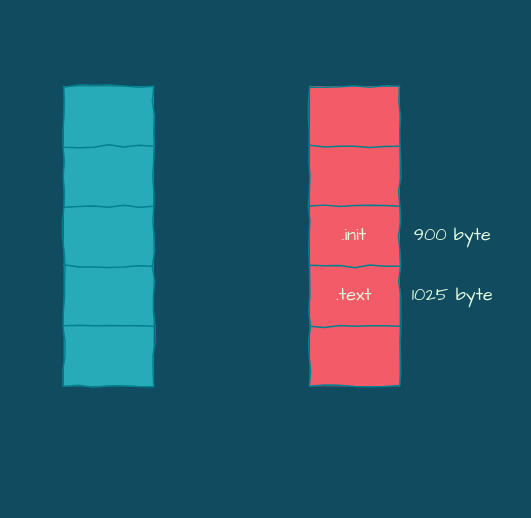
Above: got/segment.drawio in silan-liu/drawio (draw.io), before the change. Source tidied: cells renumbered, new cells numbered last; positions are measured from the earlier drawing's top-left corner, leaving out a move shared by most shapes. Both pictures are drawn from the tidied source at 150%, with x=0, y=0 at pixel (63, 86).
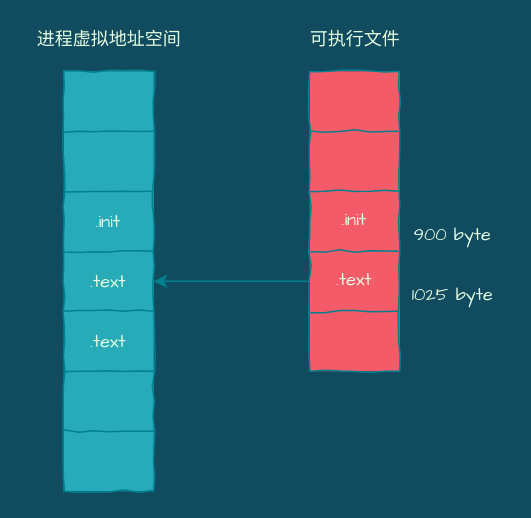
The same page after the edit.

Unchanged cells that the change refers to:
```xml
<mxCell id="9" style="shape=partialRectangle;html=1;whiteSpace=wrap;fillColor=none;top=0;left=0;bottom=0;right=0;points=[[0,0.5],[1,0.5]];portConstraint=eastwest;strokeColor=#028090;fontColor=#E4FDE1;" parent="2" vertex="1">
  <mxGeometry y="120" width="60" height="40" as="geometry" />
</mxCell>
```

Change to the diagram source:
```diff
@@
     <mxCell id="2" style="shape=table;html=1;whiteSpace=wrap;startSize=0;childLayout=tableLayout;fillColor=#F45B69;strokeColor=#028090;fontColor=#E4FDE1;comic=1;" parent="1" vertex="1">
-      <mxGeometry x="164" width="60" height="200" as="geometry" />
+      <mxGeometry x="164" y="-10" width="60" height="200" as="geometry" />
     </mxCell>
@@
-    <mxCell id="13" style="shape=table;html=1;whiteSpace=wrap;startSize=0;childLayout=tableLayout;strokeColor=#028090;fontColor=#E4FDE1;comic=1;fillColor=#28ABB9;" parent="1" vertex="1">
-      <mxGeometry width="60" height="200" as="geometry" />
+    <mxCell id="13" style="shape=table;html=1;whiteSpace=wrap;startSize=0;childLayout=tableLayout;strokeColor=#028090;fontColor=#E4FDE1;comic=1;fillColor=#28ABB9;fontFamily=Architects Daughter;" parent="1" vertex="1">
+      <mxGeometry y="-10" width="60" height="280" as="geometry" />
     </mxCell>
-    <mxCell id="14" style="shape=partialRectangle;html=1;whiteSpace=wrap;fillColor=none;top=0;left=0;bottom=0;right=0;strokeColor=#028090;fontColor=#E4FDE1;" parent="13" vertex="1">
-      <mxGeometry width="60" height="40" as="geometry" />
-    </mxCell>
-    <mxCell id="15" style="shape=partialRectangle;html=1;whiteSpace=wrap;overflow=hidden;fillColor=none;top=0;left=0;bottom=0;right=0;strokeColor=#028090;fontColor=#E4FDE1;" parent="14" vertex="1">
-      <mxGeometry width="60" height="40" as="geometry" />
-    </mxCell>
     <mxCell id="16" style="shape=partialRectangle;html=1;whiteSpace=wrap;fillColor=none;top=0;left=0;bottom=0;right=0;strokeColor=#028090;fontColor=#E4FDE1;" parent="13" vertex="1">
-      <mxGeometry y="40" width="60" height="40" as="geometry" />
+      <mxGeometry width="60" height="40" as="geometry" />
     </mxCell>
@@
     <mxCell id="18" style="shape=partialRectangle;html=1;whiteSpace=wrap;fillColor=none;top=0;left=0;bottom=0;right=0;strokeColor=#028090;fontColor=#E4FDE1;" parent="13" vertex="1">
-      <mxGeometry y="80" width="60" height="40" as="geometry" />
+      <mxGeometry y="40" width="60" height="40" as="geometry" />
     </mxCell>
@@
     <mxCell id="20" style="shape=partialRectangle;html=1;whiteSpace=wrap;fillColor=none;top=0;left=0;bottom=0;right=0;strokeColor=#028090;fontColor=#E4FDE1;" parent="13" vertex="1">
-      <mxGeometry y="120" width="60" height="40" as="geometry" />
+      <mxGeometry y="80" width="60" height="40" as="geometry" />
     </mxCell>
-    <mxCell id="21" style="shape=partialRectangle;html=1;whiteSpace=wrap;overflow=hidden;fillColor=none;top=0;left=0;bottom=0;right=0;strokeColor=#028090;fontColor=#E4FDE1;" parent="20" vertex="1">
+    <mxCell id="21" value="&lt;font face=&quot;Architects Daughter&quot;&gt;.init&lt;/font&gt;" style="shape=partialRectangle;html=1;whiteSpace=wrap;overflow=hidden;fillColor=none;top=0;left=0;bottom=0;right=0;strokeColor=#028090;fontColor=#E4FDE1;" parent="20" vertex="1">
       <mxGeometry width="60" height="40" as="geometry" />
     </mxCell>
-    <mxCell id="22" style="shape=partialRectangle;html=1;whiteSpace=wrap;fillColor=none;top=0;left=0;bottom=0;right=0;points=[[0,0.5],[1,0.5]];portConstraint=eastwest;strokeColor=#028090;fontColor=#E4FDE1;" parent="13" vertex="1">
-      <mxGeometry y="160" width="60" height="40" as="geometry" />
+    <mxCell id="22" style="shape=partialRectangle;html=1;whiteSpace=wrap;fillColor=none;top=0;left=0;bottom=0;right=0;points=[[0,0.5],[1,0.5]];portConstraint=eastwest;strokeColor=#028090;fontColor=#E4FDE1;fontFamily=Architects Daughter;" parent="13" vertex="1">
+      <mxGeometry y="120" width="60" height="40" as="geometry" />
     </mxCell>
-    <mxCell id="23" style="shape=partialRectangle;html=1;whiteSpace=wrap;overflow=hidden;fillColor=none;top=0;left=0;bottom=0;right=0;strokeColor=#028090;fontColor=#E4FDE1;" parent="22" vertex="1">
+    <mxCell id="23" value="&lt;font face=&quot;Architects Daughter&quot;&gt;.text&lt;/font&gt;" style="shape=partialRectangle;html=1;whiteSpace=wrap;overflow=hidden;fillColor=none;top=0;left=0;bottom=0;right=0;strokeColor=#028090;fontColor=#E4FDE1;" parent="22" vertex="1">
       <mxGeometry width="60" height="40" as="geometry" />
     </mxCell>
+    <mxCell id="14" style="shape=partialRectangle;html=1;whiteSpace=wrap;fillColor=none;top=0;left=0;bottom=0;right=0;strokeColor=#028090;fontColor=#E4FDE1;" parent="13" vertex="1">
+      <mxGeometry y="160" width="60" height="40" as="geometry" />
+    </mxCell>
+    <mxCell id="15" value="&lt;font face=&quot;Architects Daughter&quot;&gt;.text&lt;/font&gt;" style="shape=partialRectangle;html=1;whiteSpace=wrap;overflow=hidden;fillColor=none;top=0;left=0;bottom=0;right=0;strokeColor=#028090;fontColor=#E4FDE1;" parent="14" vertex="1">
+      <mxGeometry width="60" height="40" as="geometry" />
+    </mxCell>
+    <mxCell id="26" style="shape=partialRectangle;html=1;whiteSpace=wrap;fillColor=none;top=0;left=0;bottom=0;right=0;strokeColor=#028090;fontColor=#E4FDE1;" parent="13" vertex="1">
+      <mxGeometry y="200" width="60" height="40" as="geometry" />
+    </mxCell>
+    <mxCell id="27" style="shape=partialRectangle;html=1;whiteSpace=wrap;overflow=hidden;fillColor=none;top=0;left=0;bottom=0;right=0;strokeColor=#028090;fontColor=#E4FDE1;" parent="26" vertex="1">
+      <mxGeometry width="60" height="40" as="geometry" />
+    </mxCell>
+    <mxCell id="28" style="shape=partialRectangle;html=1;whiteSpace=wrap;fillColor=none;top=0;left=0;bottom=0;right=0;strokeColor=#028090;fontColor=#E4FDE1;" parent="13" vertex="1">
+      <mxGeometry y="240" width="60" height="40" as="geometry" />
+    </mxCell>
+    <mxCell id="29" style="shape=partialRectangle;html=1;whiteSpace=wrap;overflow=hidden;fillColor=none;top=0;left=0;bottom=0;right=0;strokeColor=#028090;fontColor=#E4FDE1;" parent="28" vertex="1">
+      <mxGeometry width="60" height="40" as="geometry" />
+    </mxCell>
@@
+    <mxCell id="30" value="进程虚拟地址空间" style="text;html=1;align=center;verticalAlign=middle;fontFamily=Architects Daughter;fontColor=#E4FDE1;" parent="1" vertex="1">
+      <mxGeometry x="-25" y="-40" width="110" height="20" as="geometry" />
+    </mxCell>
+    <mxCell id="31" value="可执行文件" style="text;html=1;align=center;verticalAlign=middle;fontFamily=Architects Daughter;fontColor=#E4FDE1;" parent="1" vertex="1">
+      <mxGeometry x="154" y="-40" width="80" height="20" as="geometry" />
+    </mxCell>
+    <mxCell id="32" style="edgeStyle=orthogonalEdgeStyle;curved=0;rounded=1;sketch=0;jettySize=auto;html=1;exitX=0;exitY=0.5;exitDx=0;exitDy=0;strokeColor=#028090;fillColor=#F45B69;fontFamily=Architects Daughter;fontColor=#E4FDE1;" parent="1" edge="1" source="9" target="22">
+      <mxGeometry relative="1" as="geometry" />
+    </mxCell>
```
